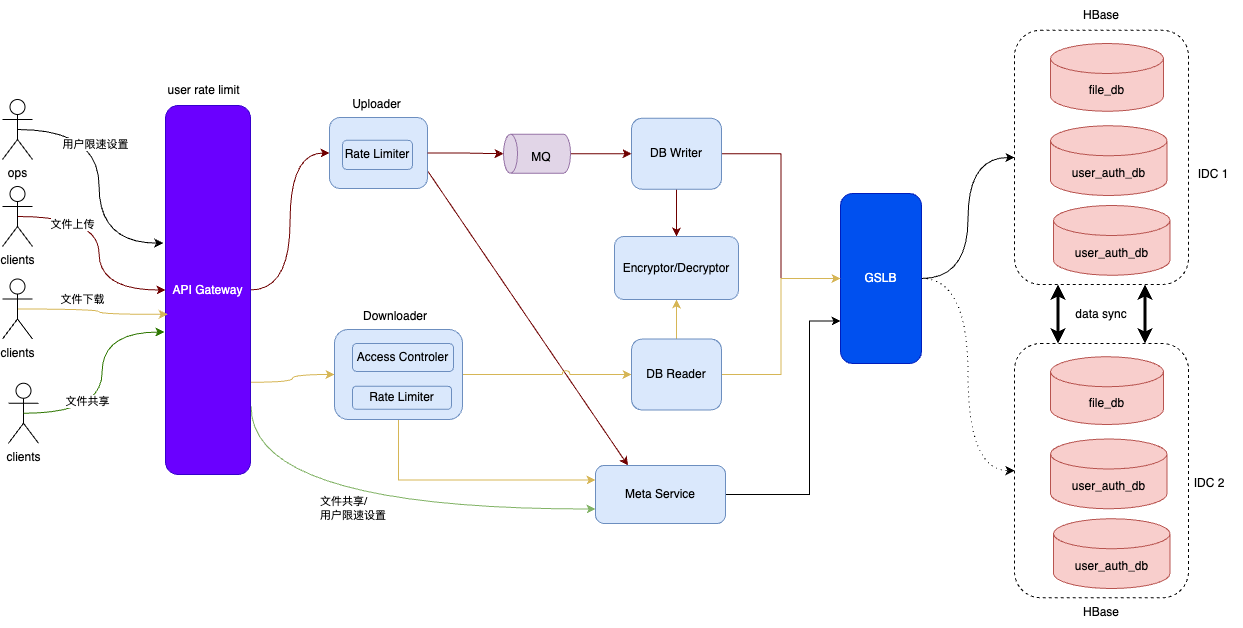
alikWu/system-design keeps this draw.io diagram as pictures/network_storage/redesign.drawio.png. Above is the earlier version. Source tidied: cells renumbered, new cells last; positions are measured from the earlier drawing's top-left corner, leaving out a move shared by most shapes.
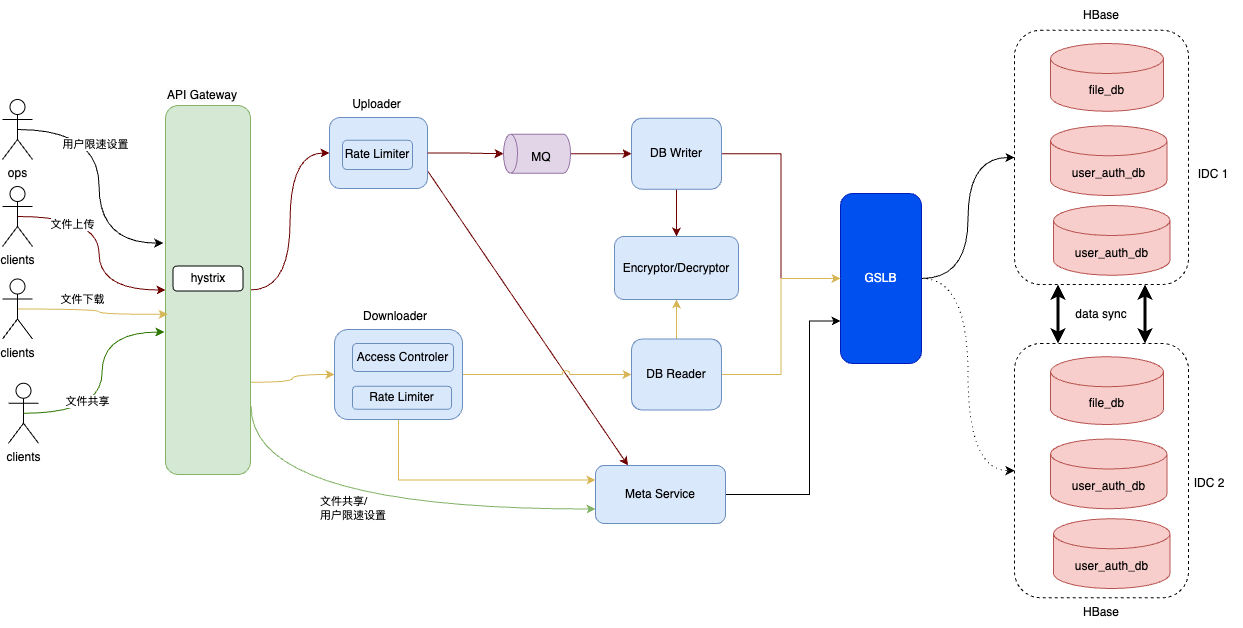
The same diagram one commit later.

Diff of the diagram source:
```diff
@@ -35,7 +35,7 @@
         </Array>
       </mxGeometry>
     </mxCell>
-    <mxCell id="11" value="API Gateway" style="rounded=1;whiteSpace=wrap;html=1;fillColor=#6a00ff;fontColor=#ffffff;strokeColor=#3700CC;" parent="1" vertex="1">
+    <mxCell id="11" style="rounded=1;whiteSpace=wrap;html=1;fillColor=#d5e8d4;strokeColor=#82b366;" parent="1" vertex="1">
       <mxGeometry x="163" y="105" width="85" height="369" as="geometry" />
     </mxCell>
     <mxCell id="12" style="edgeStyle=orthogonalEdgeStyle;rounded=0;jettySize=auto;html=1;exitX=0.5;exitY=1;exitDx=0;exitDy=0;fillColor=#a20025;strokeColor=#6F0000;" parent="1" edge="1" source="14" target="50">
@@ -193,8 +193,11 @@
     <mxCell id="59" value="user_auth_db" style="shape=cylinder3;whiteSpace=wrap;html=1;boundedLbl=1;backgroundOutline=1;size=15;fillColor=#f8cecc;strokeColor=#b85450;" parent="1" vertex="1">
       <mxGeometry x="1051" y="518.2" width="116.5" height="69.8" as="geometry" />
     </mxCell>
-    <mxCell id="60" value="user rate limit" style="text;html=1;align=center;verticalAlign=middle;whiteSpace=wrap;rounded=0;" parent="1" vertex="1">
-      <mxGeometry x="155" y="74" width="93" height="31" as="geometry" />
-    </mxCell>
+    <mxCell id="61" value="hystrix" style="rounded=1;whiteSpace=wrap;html=1;" parent="1" vertex="1">
+      <mxGeometry x="170.5" y="265.5" width="70" height="25" as="geometry" />
+    </mxCell>
+    <mxCell id="62" value="&lt;span style=&quot;color: rgb(0, 0, 0); font-family: Helvetica; font-size: 12px; font-style: normal; font-variant-ligatures: normal; font-variant-caps: normal; font-weight: 400; letter-spacing: normal; orphans: 2; text-align: center; text-indent: 0px; text-transform: none; widows: 2; word-spacing: 0px; -webkit-text-stroke-width: 0px; white-space: normal; background-color: rgb(251, 251, 251); text-decoration-thickness: initial; text-decoration-style: initial; text-decoration-color: initial; display: inline !important; float: none;&quot;&gt;API Gateway&lt;/span&gt;" style="text;whiteSpace=wrap;html=1;" parent="1" vertex="1">
+      <mxGeometry x="163" y="81" width="98" height="36" as="geometry" />
+    </mxCell>
   </root>
 </mxGraphModel>
```
